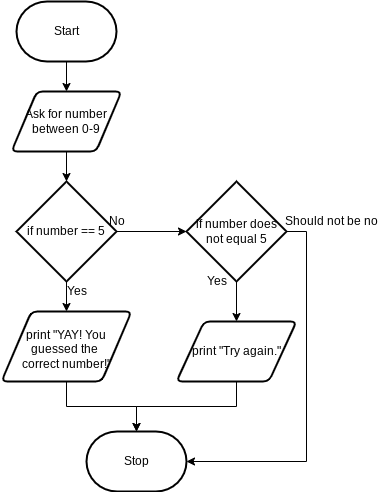
Before: design/flowchart.png, a diagram exported from draw.io (Johanna-liu16/ICS3U-Unit-3-02-python). Source tidied: cells renumbered, new cells last; positions are measured from the earlier drawing's top-left corner, leaving out a move shared by most shapes. Source of this version:
```xml
<mxGraphModel>
  <root>
    <mxCell id="0" />
    <mxCell id="1" parent="0" />
    <mxCell id="2" style="edgeStyle=none;html=1;entryX=0.5;entryY=0;entryDx=0;entryDy=0;" parent="1" edge="1" source="3" target="6">
      <mxGeometry relative="1" as="geometry" />
    </mxCell>
    <mxCell id="3" value="Start" style="strokeWidth=2;html=1;shape=mxgraph.flowchart.terminator;whiteSpace=wrap;" parent="1" vertex="1">
      <mxGeometry x="15" width="100" height="60" as="geometry" />
    </mxCell>
    <mxCell id="4" value="Stop" style="strokeWidth=2;html=1;shape=mxgraph.flowchart.terminator;whiteSpace=wrap;" parent="1" vertex="1">
      <mxGeometry x="85" y="430" width="100" height="60" as="geometry" />
    </mxCell>
    <mxCell id="5" style="edgeStyle=none;html=1;entryX=0.5;entryY=0;entryDx=0;entryDy=0;entryPerimeter=0;" parent="1" edge="1" source="6" target="9">
      <mxGeometry relative="1" as="geometry" />
    </mxCell>
    <mxCell id="6" value="Ask for number between 0-9" style="shape=parallelogram;html=1;strokeWidth=2;perimeter=parallelogramPerimeter;whiteSpace=wrap;rounded=1;arcSize=12;size=0.23;" parent="1" vertex="1">
      <mxGeometry x="10" y="90" width="110" height="60" as="geometry" />
    </mxCell>
    <mxCell id="7" style="edgeStyle=none;html=1;" parent="1" edge="1" source="9" target="14">
      <mxGeometry relative="1" as="geometry" />
    </mxCell>
    <mxCell id="8" style="edgeStyle=none;html=1;entryX=0;entryY=0.5;entryDx=0;entryDy=0;entryPerimeter=0;" parent="1" edge="1" source="9" target="12">
      <mxGeometry relative="1" as="geometry" />
    </mxCell>
    <mxCell id="9" value="if number == 5" style="strokeWidth=2;html=1;shape=mxgraph.flowchart.decision;whiteSpace=wrap;" parent="1" vertex="1">
      <mxGeometry x="15" y="180" width="100" height="100" as="geometry" />
    </mxCell>
    <mxCell id="10" style="edgeStyle=none;html=1;" parent="1" edge="1" source="12" target="16">
      <mxGeometry relative="1" as="geometry" />
    </mxCell>
    <mxCell id="11" style="edgeStyle=orthogonalEdgeStyle;rounded=0;html=1;entryX=1;entryY=0.5;entryDx=0;entryDy=0;entryPerimeter=0;" parent="1" edge="1" source="12" target="4">
      <mxGeometry relative="1" as="geometry">
        <Array as="points">
          <mxPoint x="305" y="230" />
          <mxPoint x="305" y="460" />
        </Array>
      </mxGeometry>
    </mxCell>
    <mxCell id="12" value="if number does not equal 5" style="strokeWidth=2;html=1;shape=mxgraph.flowchart.decision;whiteSpace=wrap;" parent="1" vertex="1">
      <mxGeometry x="185" y="180" width="100" height="100" as="geometry" />
    </mxCell>
    <mxCell id="13" style="edgeStyle=orthogonalEdgeStyle;html=1;entryX=0.5;entryY=0;entryDx=0;entryDy=0;entryPerimeter=0;rounded=0;" parent="1" edge="1" source="14" target="4">
      <mxGeometry relative="1" as="geometry" />
    </mxCell>
    <mxCell id="14" value="print &quot;YAY! You guessed the &lt;br&gt;correct number!&quot;" style="shape=parallelogram;html=1;strokeWidth=2;perimeter=parallelogramPerimeter;whiteSpace=wrap;rounded=1;arcSize=12;size=0.23;spacingLeft=0;spacingBottom=-5;" parent="1" vertex="1">
      <mxGeometry y="310" width="130" height="70" as="geometry" />
    </mxCell>
    <mxCell id="15" style="edgeStyle=orthogonalEdgeStyle;html=1;exitX=0.5;exitY=1;exitDx=0;exitDy=0;entryX=0.5;entryY=0;entryDx=0;entryDy=0;entryPerimeter=0;rounded=0;" parent="1" edge="1" source="16" target="4">
      <mxGeometry relative="1" as="geometry" />
    </mxCell>
    <mxCell id="16" value="print &quot;Try again.&quot;" style="shape=parallelogram;html=1;strokeWidth=2;perimeter=parallelogramPerimeter;whiteSpace=wrap;rounded=1;arcSize=12;size=0.23;" parent="1" vertex="1">
      <mxGeometry x="175" y="320" width="120" height="60" as="geometry" />
    </mxCell>
    <mxCell id="17" value="No" style="text;html=1;align=center;verticalAlign=middle;strokeColor=none;fillColor=none;" parent="1" vertex="1">
      <mxGeometry x="100" y="210" width="30" height="20" as="geometry" />
    </mxCell>
    <mxCell id="18" value="Yes" style="text;html=1;align=center;verticalAlign=middle;strokeColor=none;fillColor=none;" parent="1" vertex="1">
      <mxGeometry x="55" y="280" width="40" height="20" as="geometry" />
    </mxCell>
    <mxCell id="19" value="Yes" style="text;html=1;align=center;verticalAlign=middle;strokeColor=none;fillColor=none;" parent="1" vertex="1">
      <mxGeometry x="195" y="270" width="40" height="20" as="geometry" />
    </mxCell>
    <mxCell id="20" value="Should not be no" style="text;html=1;align=center;verticalAlign=middle;strokeColor=none;fillColor=none;" parent="1" vertex="1">
      <mxGeometry x="275" y="210" width="110" height="20" as="geometry" />
    </mxCell>
  </root>
</mxGraphModel>
```
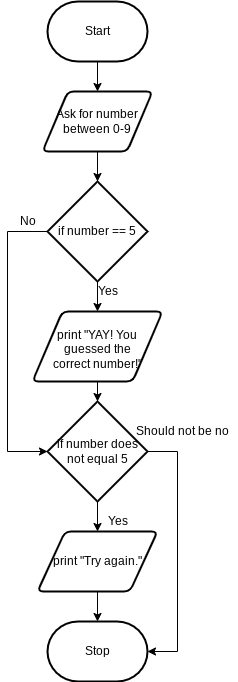
After the commit.

Diff of the diagram source:
```diff
@@ -9,7 +9,7 @@
       <mxGeometry x="15" width="100" height="60" as="geometry" />
     </mxCell>
     <mxCell id="4" value="Stop" style="strokeWidth=2;html=1;shape=mxgraph.flowchart.terminator;whiteSpace=wrap;" parent="1" vertex="1">
-      <mxGeometry x="85" y="430" width="100" height="60" as="geometry" />
+      <mxGeometry x="15" y="620" width="100" height="60" as="geometry" />
     </mxCell>
     <mxCell id="5" style="edgeStyle=none;html=1;entryX=0.5;entryY=0;entryDx=0;entryDy=0;entryPerimeter=0;" parent="1" edge="1" source="6" target="9">
       <mxGeometry relative="1" as="geometry" />
@@ -20,49 +20,54 @@
     <mxCell id="7" style="edgeStyle=none;html=1;" parent="1" edge="1" source="9" target="14">
       <mxGeometry relative="1" as="geometry" />
     </mxCell>
-    <mxCell id="8" style="edgeStyle=none;html=1;entryX=0;entryY=0.5;entryDx=0;entryDy=0;entryPerimeter=0;" parent="1" edge="1" source="9" target="12">
-      <mxGeometry relative="1" as="geometry" />
+    <mxCell id="8" style="edgeStyle=none;html=1;entryX=0;entryY=0.5;entryDx=0;entryDy=0;entryPerimeter=0;rounded=0;exitX=0;exitY=0.5;exitDx=0;exitDy=0;exitPerimeter=0;" parent="1" edge="1" source="9" target="12">
+      <mxGeometry relative="1" as="geometry">
+        <Array as="points">
+          <mxPoint x="-25" y="230" />
+          <mxPoint x="-25" y="450" />
+        </Array>
+      </mxGeometry>
     </mxCell>
     <mxCell id="9" value="if number == 5" style="strokeWidth=2;html=1;shape=mxgraph.flowchart.decision;whiteSpace=wrap;" parent="1" vertex="1">
       <mxGeometry x="15" y="180" width="100" height="100" as="geometry" />
     </mxCell>
-    <mxCell id="10" style="edgeStyle=none;html=1;" parent="1" edge="1" source="12" target="16">
+    <mxCell id="10" style="edgeStyle=none;rounded=0;html=1;entryX=0.5;entryY=0;entryDx=0;entryDy=0;" parent="1" edge="1" source="12" target="16">
       <mxGeometry relative="1" as="geometry" />
     </mxCell>
-    <mxCell id="11" style="edgeStyle=orthogonalEdgeStyle;rounded=0;html=1;entryX=1;entryY=0.5;entryDx=0;entryDy=0;entryPerimeter=0;" parent="1" edge="1" source="12" target="4">
+    <mxCell id="11" style="edgeStyle=none;rounded=0;html=1;entryX=1;entryY=0.5;entryDx=0;entryDy=0;entryPerimeter=0;" parent="1" edge="1" source="12" target="4">
       <mxGeometry relative="1" as="geometry">
         <Array as="points">
-          <mxPoint x="305" y="230" />
-          <mxPoint x="305" y="460" />
+          <mxPoint x="145" y="450" />
+          <mxPoint x="145" y="650" />
         </Array>
       </mxGeometry>
     </mxCell>
     <mxCell id="12" value="if number does not equal 5" style="strokeWidth=2;html=1;shape=mxgraph.flowchart.decision;whiteSpace=wrap;" parent="1" vertex="1">
-      <mxGeometry x="185" y="180" width="100" height="100" as="geometry" />
+      <mxGeometry x="15" y="400" width="100" height="100" as="geometry" />
     </mxCell>
-    <mxCell id="13" style="edgeStyle=orthogonalEdgeStyle;html=1;entryX=0.5;entryY=0;entryDx=0;entryDy=0;entryPerimeter=0;rounded=0;" parent="1" edge="1" source="14" target="4">
-      <mxGeometry relative="1" as="geometry" />
-    </mxCell>
+    <mxCell id="21" style="edgeStyle=none;rounded=0;html=1;" parent="1" edge="1" source="14" target="12">
+      <mxGeometry relative="1" as="geometry" />
+    </mxCell>
     <mxCell id="14" value="print &quot;YAY! You guessed the &lt;br&gt;correct number!&quot;" style="shape=parallelogram;html=1;strokeWidth=2;perimeter=parallelogramPerimeter;whiteSpace=wrap;rounded=1;arcSize=12;size=0.23;spacingLeft=0;spacingBottom=-5;" parent="1" vertex="1">
       <mxGeometry y="310" width="130" height="70" as="geometry" />
     </mxCell>
-    <mxCell id="15" style="edgeStyle=orthogonalEdgeStyle;html=1;exitX=0.5;exitY=1;exitDx=0;exitDy=0;entryX=0.5;entryY=0;entryDx=0;entryDy=0;entryPerimeter=0;rounded=0;" parent="1" edge="1" source="16" target="4">
+    <mxCell id="15" style="edgeStyle=none;rounded=0;html=1;entryX=0.5;entryY=0;entryDx=0;entryDy=0;entryPerimeter=0;" parent="1" edge="1" source="16" target="4">
       <mxGeometry relative="1" as="geometry" />
     </mxCell>
     <mxCell id="16" value="print &quot;Try again.&quot;" style="shape=parallelogram;html=1;strokeWidth=2;perimeter=parallelogramPerimeter;whiteSpace=wrap;rounded=1;arcSize=12;size=0.23;" parent="1" vertex="1">
-      <mxGeometry x="175" y="320" width="120" height="60" as="geometry" />
+      <mxGeometry x="5" y="530" width="120" height="60" as="geometry" />
     </mxCell>
     <mxCell id="17" value="No" style="text;html=1;align=center;verticalAlign=middle;strokeColor=none;fillColor=none;" parent="1" vertex="1">
-      <mxGeometry x="100" y="210" width="30" height="20" as="geometry" />
+      <mxGeometry x="-20" y="210" width="30" height="20" as="geometry" />
     </mxCell>
     <mxCell id="18" value="Yes" style="text;html=1;align=center;verticalAlign=middle;strokeColor=none;fillColor=none;" parent="1" vertex="1">
       <mxGeometry x="55" y="280" width="40" height="20" as="geometry" />
     </mxCell>
     <mxCell id="19" value="Yes" style="text;html=1;align=center;verticalAlign=middle;strokeColor=none;fillColor=none;" parent="1" vertex="1">
-      <mxGeometry x="195" y="270" width="40" height="20" as="geometry" />
+      <mxGeometry x="65" y="510" width="40" height="20" as="geometry" />
     </mxCell>
     <mxCell id="20" value="Should not be no" style="text;html=1;align=center;verticalAlign=middle;strokeColor=none;fillColor=none;" parent="1" vertex="1">
-      <mxGeometry x="275" y="210" width="110" height="20" as="geometry" />
+      <mxGeometry x="95" y="420" width="110" height="20" as="geometry" />
     </mxCell>
   </root>
 </mxGraphModel>
```
